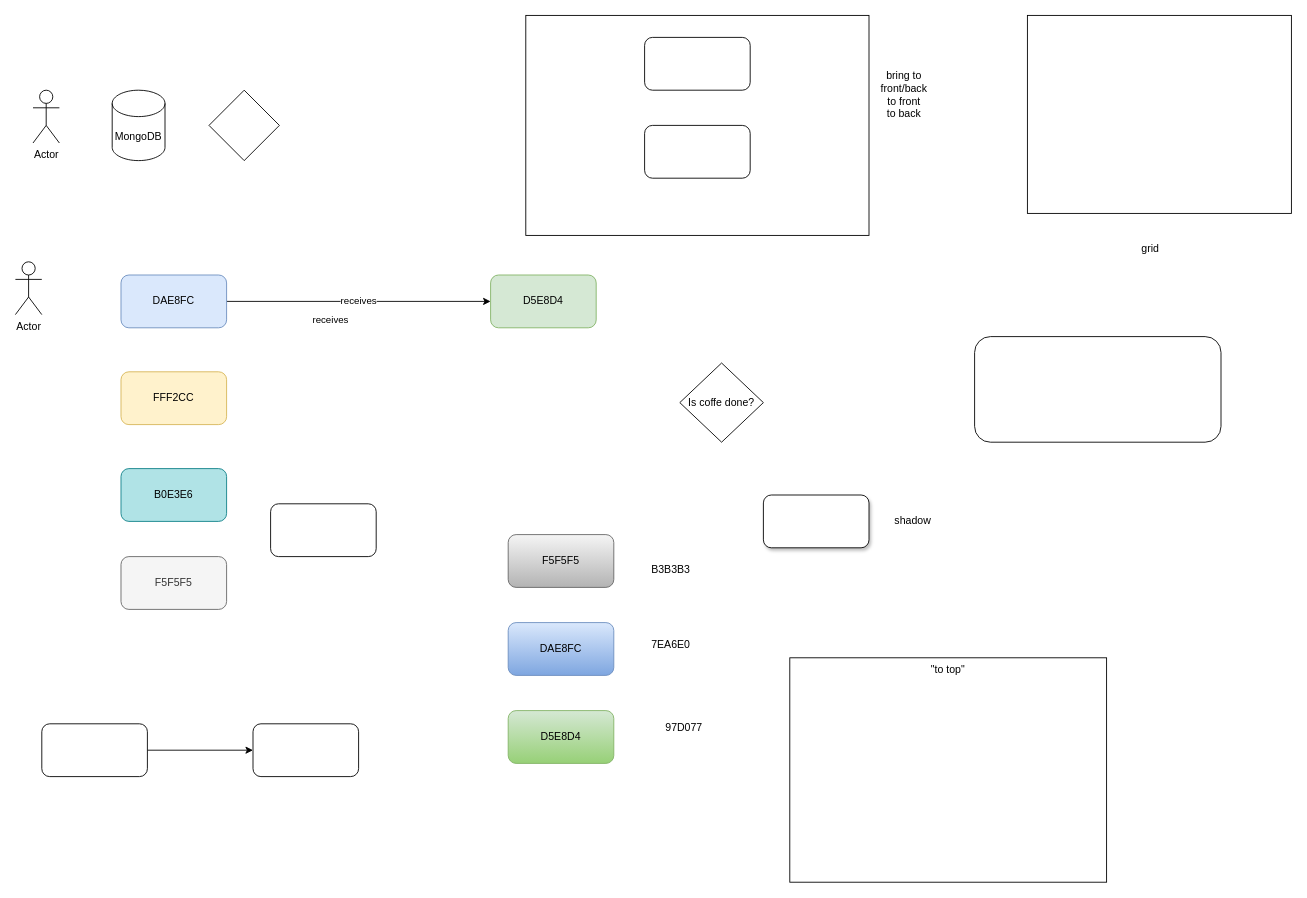
Above: page "Page-1" (1 of 2) of drawing_new_features.drawio in robertoestlin/noted (draw.io), before the change. Source tidied: cells renumbered, new cells numbered last; positions are measured from the earlier drawing's top-left corner, leaving out a move shared by most shapes. Both pictures are drawn from the tidied source at 88%, with x=0, y=0 at pixel (15, 15).
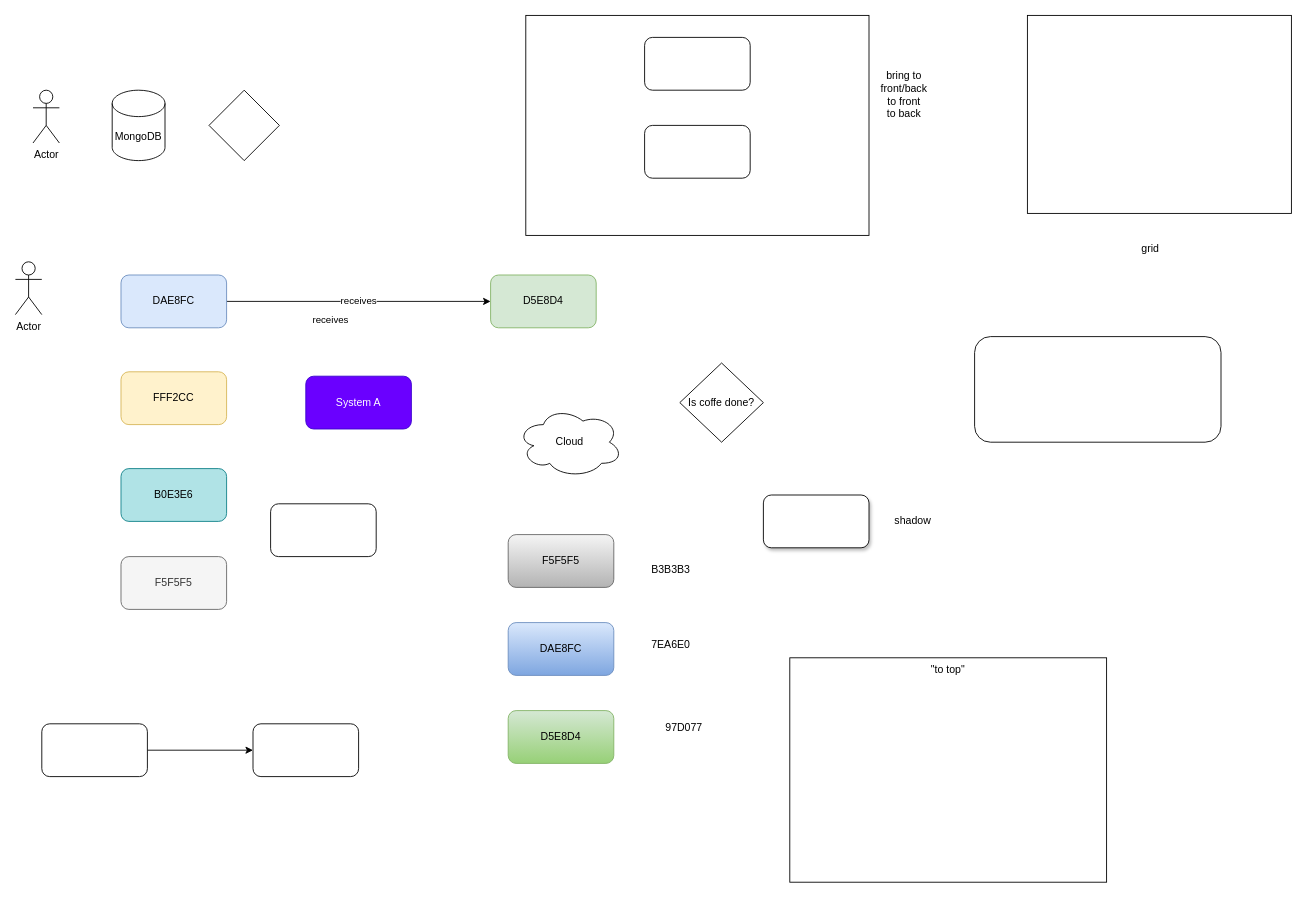
The same page after the edit.

Change to the diagram source:
```diff
@@
+    <mxCell id="34" value="System A" style="rounded=1;whiteSpace=wrap;html=1;fillColor=#6a00ff;fontColor=#ffffff;strokeColor=#3700CC;" parent="1" vertex="1">
+      <mxGeometry x="330" y="410" width="120" height="60" as="geometry" />
+    </mxCell>
+    <mxCell id="35" value="Cloud" style="ellipse;shape=cloud;whiteSpace=wrap;html=1;" parent="1" vertex="1">
+      <mxGeometry x="570" y="445" width="120" height="80" as="geometry" />
+    </mxCell>
```
